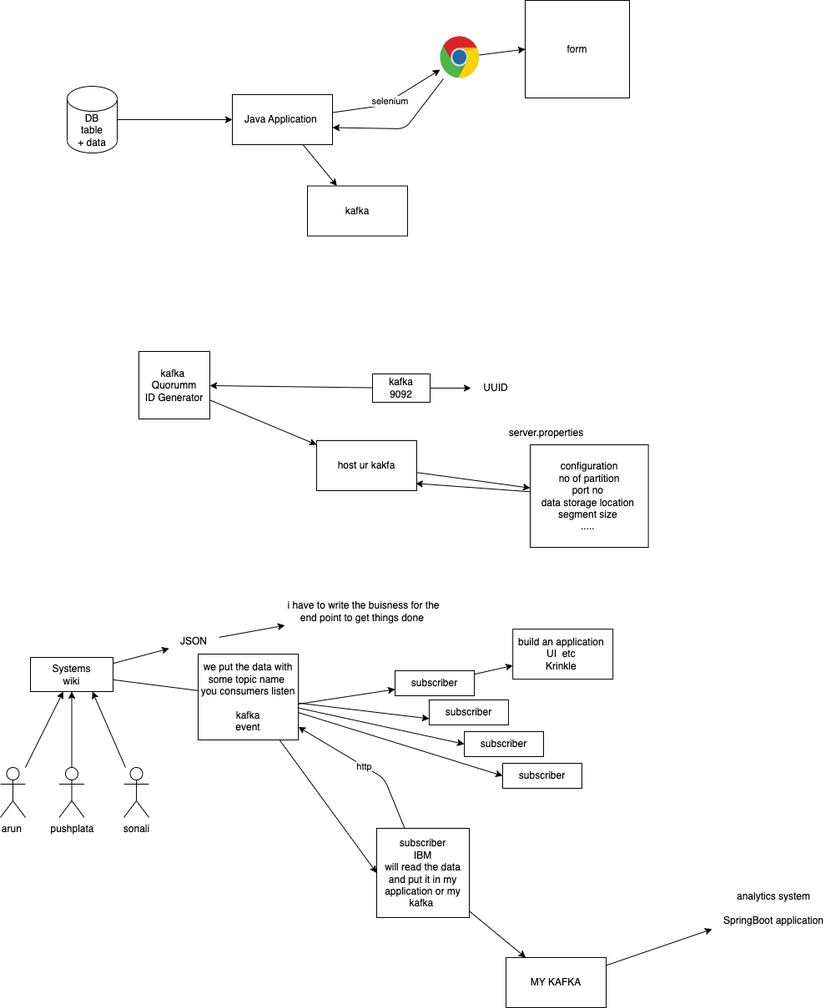
The draw.io diagram images/day-3.drawio.png in adithnaveen/ibm-kafka-may-2023, before a commit. Source tidied: cells renumbered, new cells last; positions are measured from the earlier drawing's top-left corner, leaving out a move shared by most shapes.
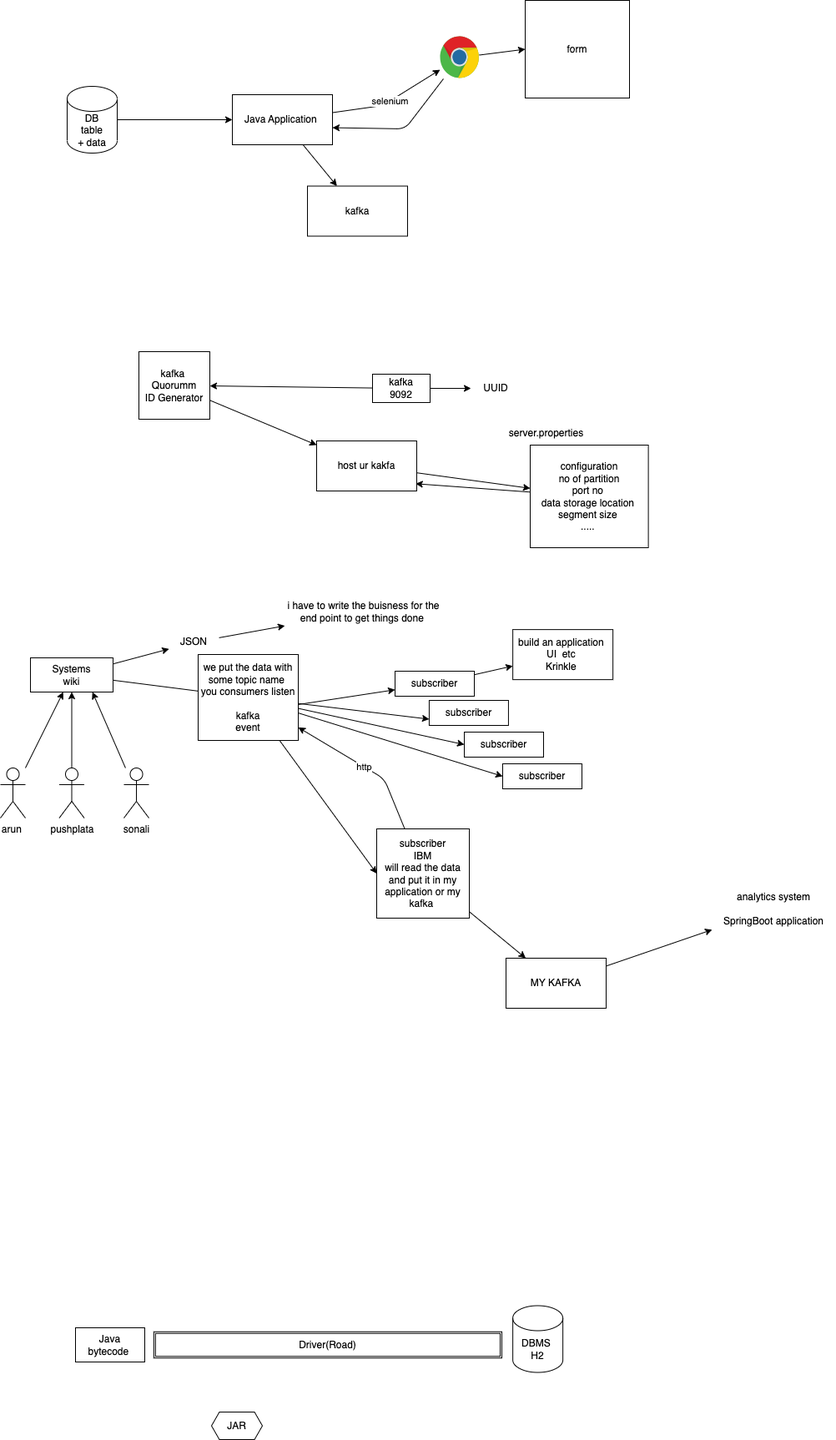
The same diagram one commit later.

The edit, as a diff of the source:
```diff
@@ -171,5 +171,17 @@
     <mxCell id="52" value="analytics system&lt;br&gt;&lt;br&gt;SpringBoot application" style="text;html=1;strokeColor=none;fillColor=none;align=center;verticalAlign=middle;whiteSpace=wrap;rounded=0;" parent="1" vertex="1">
       <mxGeometry x="853" y="1063" width="148" height="51" as="geometry" />
     </mxCell>
+    <mxCell id="53" value="Java&lt;br&gt;bytecode&amp;nbsp;" style="rounded=0;whiteSpace=wrap;html=1;" parent="1" vertex="1">
+      <mxGeometry x="90" y="1591" width="83" height="41" as="geometry" />
+    </mxCell>
+    <mxCell id="54" value="DBMS&amp;nbsp;&lt;br&gt;H2" style="shape=cylinder3;whiteSpace=wrap;html=1;boundedLbl=1;backgroundOutline=1;size=15;" parent="1" vertex="1">
+      <mxGeometry x="614.1" y="1564.5" width="60" height="80" as="geometry" />
+    </mxCell>
+    <mxCell id="55" value="JAR" style="shape=hexagon;perimeter=hexagonPerimeter2;whiteSpace=wrap;html=1;fixedSize=1;size=9.468790690104072;" parent="1" vertex="1">
+      <mxGeometry x="253" y="1692" width="61" height="33" as="geometry" />
+    </mxCell>
+    <mxCell id="56" value="Driver(Road)" style="shape=ext;double=1;rounded=0;whiteSpace=wrap;html=1;" parent="1" vertex="1">
+      <mxGeometry x="183.9" y="1595.8" width="417.1" height="31.5" as="geometry" />
+    </mxCell>
   </root>
 </mxGraphModel>
```
